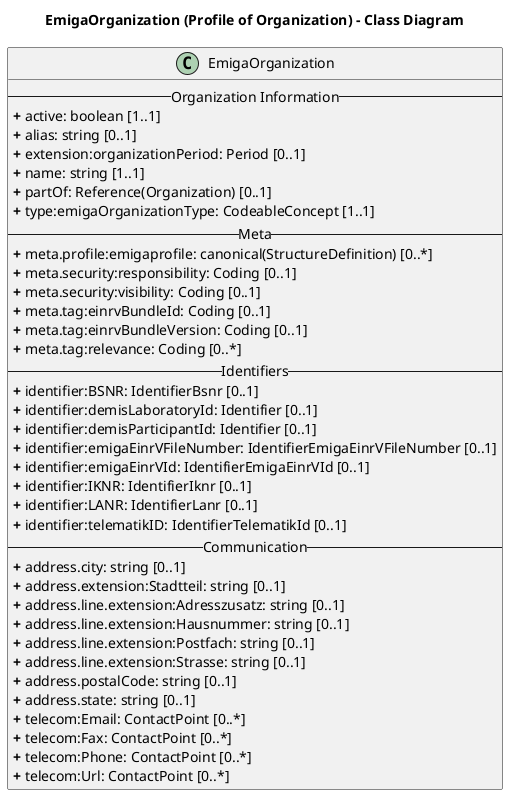
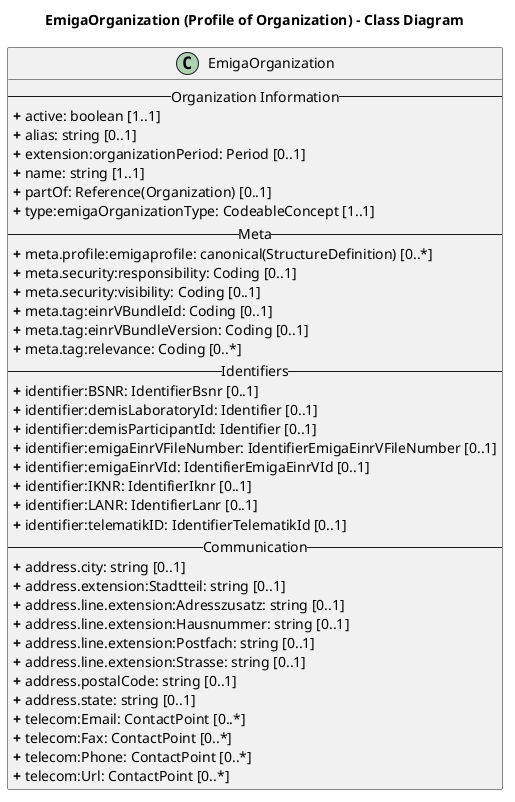
@startuml
skinparam linetype ortho

title EmigaOrganization (Profile of Organization) - Class Diagram

' Main Class
class EmigaOrganization{
-- Organization Information --
<b>+</b> active: boolean [1..1]
<b>+</b> alias: string [0..1]
<b>+</b> extension:organizationPeriod: Period [0..1]
<b>+</b> name: string [1..1]
<b>+</b> partOf: Reference(Organization) [0..1]
<b>+</b> type:emigaOrganizationType: CodeableConcept [1..1]
-- Meta --
<b>+</b> meta.profile:emigaprofile: canonical(StructureDefinition) [0..*]
<b>+</b> meta.security:responsibility: Coding [0..1]
<b>+</b> meta.security:visibility: Coding [0..1]
- <b>+</b> meta.tag:einrvBundleId: Coding [0..1]
- <b>+</b> meta.tag:einrvBundleVersion: Coding [0..1]
+ <b>+</b> meta.tag:einrVBundleId: Coding [0..1]
+ <b>+</b> meta.tag:einrVBundleVersion: Coding [0..1]
<b>+</b> meta.tag:relevance: Coding [0..*]
-- Identifiers --
<b>+</b> identifier:BSNR: IdentifierBsnr [0..1]
<b>+</b> identifier:demisLaboratoryId: Identifier [0..1]
<b>+</b> identifier:demisParticipantId: Identifier [0..1]
<b>+</b> identifier:emigaEinrVFileNumber: IdentifierEmigaEinrVFileNumber [0..1]
<b>+</b> identifier:emigaEinrVId: IdentifierEmigaEinrVId [0..1]
<b>+</b> identifier:IKNR: IdentifierIknr [0..1]
<b>+</b> identifier:LANR: IdentifierLanr [0..1]
<b>+</b> identifier:telematikID: IdentifierTelematikId [0..1]
-- Communication --
<b>+</b> address.city: string [0..1]
<b>+</b> address.extension:Stadtteil: string [0..1]
<b>+</b> address.line.extension:Adresszusatz: string [0..1]
<b>+</b> address.line.extension:Hausnummer: string [0..1]
<b>+</b> address.line.extension:Postfach: string [0..1]
<b>+</b> address.line.extension:Strasse: string [0..1]
<b>+</b> address.postalCode: string [0..1]
<b>+</b> address.state: string [0..1]
<b>+</b> telecom:Email: ContactPoint [0..*]
<b>+</b> telecom:Fax: ContactPoint [0..*]
<b>+</b> telecom:Phone: ContactPoint [0..*]
<b>+</b> telecom:Url: ContactPoint [0..*]
}

@enduml